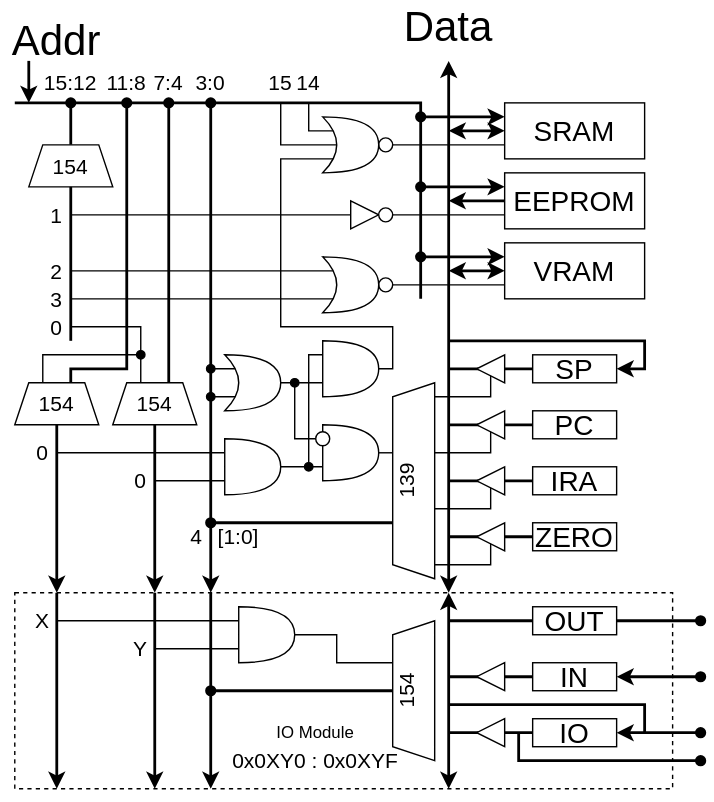
The draw.io diagram Lab/Computer/RK16/9_Hardware/img/RAM.dio.svg in amane-uehara/kanade-k-1228.github.io, before a commit. Source tidied: cells renumbered, new cells last; positions are measured from the earlier drawing's top-left corner, leaving out a move shared by most shapes.
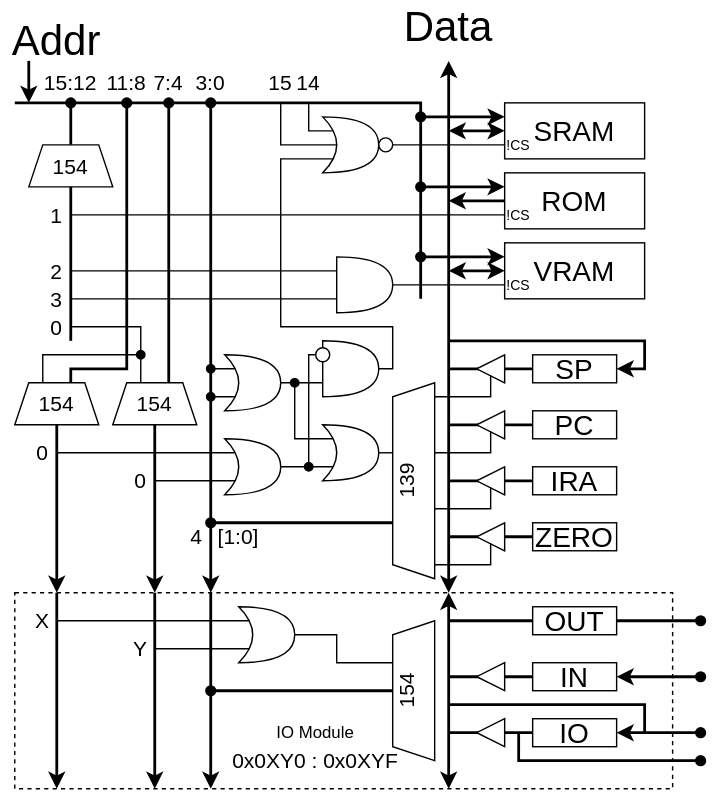
The same file after the commit.

What changed in the source:
```diff
@@ -62,7 +62,7 @@
     <mxCell id="10" style="endArrow=none;html=1;fontSize=20;rounded=0;endFill=0;" parent="1" edge="1">
       <mxGeometry relative="1" as="geometry">
         <mxPoint x="40" y="320" as="sourcePoint" />
-        <mxPoint x="160" y="320" as="targetPoint" />
+        <mxPoint x="170" y="320" as="targetPoint" />
       </mxGeometry>
     </mxCell>
     <mxCell id="11" style="endArrow=none;html=1;fontSize=20;endFill=0;rounded=0;" parent="1" edge="1">
@@ -89,9 +89,6 @@
         </Array>
       </mxGeometry>
     </mxCell>
-    <mxCell id="14" style="shape=or;whiteSpace=wrap;html=1;fontSize=40;direction=east;" parent="1" vertex="1">
-      <mxGeometry x="160" y="310" width="40" height="40" as="geometry" />
-    </mxCell>
     <mxCell id="15" style="endArrow=classic;html=1;fontSize=20;strokeWidth=2;rounded=0;" parent="1" edge="1">
       <mxGeometry relative="1" as="geometry">
         <mxPoint x="40" y="300" as="sourcePoint" />
@@ -125,7 +122,7 @@
     <mxCell id="22" style="endArrow=none;html=1;fontSize=20;endFill=0;rounded=0;" parent="1" edge="1">
       <mxGeometry relative="1" as="geometry">
         <mxPoint x="50" y="150" as="sourcePoint" />
-        <mxPoint x="250" y="150" as="targetPoint" />
+        <mxPoint x="360" y="150" as="targetPoint" />
       </mxGeometry>
     </mxCell>
     <mxCell id="23" style="endArrow=none;html=1;fontSize=20;endFill=0;rounded=0;" parent="1" edge="1">
@@ -161,7 +158,7 @@
     <mxCell id="29" style="endArrow=none;html=1;fontSize=20;rounded=0;endFill=0;" parent="1" edge="1">
       <mxGeometry relative="1" as="geometry">
         <mxPoint x="110" y="340" as="sourcePoint" />
-        <mxPoint x="160" y="340" as="targetPoint" />
+        <mxPoint x="170" y="340" as="targetPoint" />
       </mxGeometry>
     </mxCell>
     <mxCell id="30" style="endArrow=classic;html=1;fontSize=20;strokeWidth=2;rounded=0;endFill=1;startArrow=oval;startFill=1;" parent="1" edge="1">
@@ -176,7 +173,7 @@
     <mxCell id="32" style="endArrow=none;html=1;fontSize=20;rounded=0;endFill=0;" parent="1" edge="1">
       <mxGeometry relative="1" as="geometry">
         <mxPoint x="200" y="330" as="sourcePoint" />
-        <mxPoint x="230" y="330" as="targetPoint" />
+        <mxPoint x="240" y="330" as="targetPoint" />
       </mxGeometry>
     </mxCell>
     <mxCell id="33" value="SRAM" style="rounded=0;whiteSpace=wrap;html=1;fontSize=20;" parent="1" vertex="1">
@@ -194,16 +191,13 @@
     <mxCell id="36" value="0" style="text;html=1;strokeColor=none;fillColor=none;align=center;verticalAlign=middle;whiteSpace=wrap;rounded=0;fontSize=15;" parent="1" vertex="1">
       <mxGeometry x="90" y="330" width="20" height="20" as="geometry" />
     </mxCell>
-    <mxCell id="37" style="shape=or;whiteSpace=wrap;html=1;fontSize=40;direction=east;" parent="1" vertex="1">
-      <mxGeometry x="230" y="300" width="40" height="40" as="geometry" />
-    </mxCell>
     <mxCell id="38" style="shape=trapezoid;perimeter=trapezoidPerimeter;whiteSpace=wrap;html=1;fixedSize=1;direction=north;fontSize=15;size=10;" parent="1" vertex="1">
       <mxGeometry x="280" y="270" width="30" height="140" as="geometry" />
     </mxCell>
     <mxCell id="39" style="endArrow=none;html=1;fontSize=20;rounded=0;endFill=0;startArrow=oval;startFill=1;" parent="1" edge="1">
       <mxGeometry relative="1" as="geometry">
         <mxPoint x="210" y="270" as="sourcePoint" />
-        <mxPoint x="230" y="310" as="targetPoint" />
+        <mxPoint x="240" y="310" as="targetPoint" />
         <Array as="points">
           <mxPoint x="210" y="310" />
         </Array>
@@ -248,21 +242,9 @@
         <mxPoint x="360" y="90" as="targetPoint" />
       </mxGeometry>
     </mxCell>
-    <mxCell id="48" style="triangle;whiteSpace=wrap;html=1;" parent="1" vertex="1">
-      <mxGeometry x="250" y="140" width="20" height="20" as="geometry" />
-    </mxCell>
-    <mxCell id="49" style="ellipse;whiteSpace=wrap;html=1;" parent="1" vertex="1">
-      <mxGeometry x="270" y="145" width="10" height="10" as="geometry" />
-    </mxCell>
-    <mxCell id="50" value="EEPROM" style="rounded=0;whiteSpace=wrap;html=1;fontSize=20;" parent="1" vertex="1">
+    <mxCell id="50" value="ROM" style="rounded=0;whiteSpace=wrap;html=1;fontSize=20;" parent="1" vertex="1">
       <mxGeometry x="360" y="120" width="100" height="40" as="geometry" />
     </mxCell>
-    <mxCell id="51" style="endArrow=none;html=1;fontSize=20;endFill=0;rounded=0;" parent="1" edge="1">
-      <mxGeometry relative="1" as="geometry">
-        <mxPoint x="280" y="150" as="sourcePoint" />
-        <mxPoint x="360" y="150" as="targetPoint" />
-      </mxGeometry>
-    </mxCell>
     <mxCell id="52" style="endArrow=classic;html=1;fontSize=20;strokeWidth=2;rounded=0;startArrow=oval;startFill=1;" parent="1" edge="1">
       <mxGeometry relative="1" as="geometry">
         <mxPoint x="300" y="80" as="sourcePoint" />
@@ -284,9 +266,6 @@
         <mxPoint x="320" y="140" as="targetPoint" />
       </mxGeometry>
     </mxCell>
-    <mxCell id="56" style="ellipse;whiteSpace=wrap;html=1;" parent="1" vertex="1">
-      <mxGeometry x="270" y="195" width="10" height="10" as="geometry" />
-    </mxCell>
     <mxCell id="57" style="endArrow=none;html=1;fontSize=20;endFill=0;rounded=0;" parent="1" edge="1">
       <mxGeometry relative="1" as="geometry">
         <mxPoint x="280" y="200" as="sourcePoint" />
@@ -354,28 +333,22 @@
     <mxCell id="69" value="[1:0]" style="text;html=1;strokeColor=none;fillColor=none;align=center;verticalAlign=middle;whiteSpace=wrap;rounded=0;fontSize=15;rotation=0;" parent="1" vertex="1">
       <mxGeometry x="150" y="370" width="40" height="20" as="geometry" />
     </mxCell>
-    <mxCell id="70" style="ellipse;whiteSpace=wrap;html=1;" parent="1" vertex="1">
-      <mxGeometry x="225" y="305" width="10" height="10" as="geometry" />
-    </mxCell>
     <mxCell id="71" value="139" style="text;html=1;strokeColor=none;fillColor=none;align=center;verticalAlign=middle;whiteSpace=wrap;rounded=0;fontSize=15;rotation=270;" parent="1" vertex="1">
       <mxGeometry x="270" y="330" width="40" height="20" as="geometry" />
     </mxCell>
     <mxCell id="72" style="endArrow=none;html=1;fontSize=20;rounded=0;endFill=0;" parent="1" edge="1">
       <mxGeometry relative="1" as="geometry">
         <mxPoint x="40" y="440" as="sourcePoint" />
-        <mxPoint x="170" y="440" as="targetPoint" />
+        <mxPoint x="180" y="440" as="targetPoint" />
       </mxGeometry>
     </mxCell>
-    <mxCell id="73" style="shape=or;whiteSpace=wrap;html=1;fontSize=40;direction=east;" parent="1" vertex="1">
-      <mxGeometry x="170" y="430" width="40" height="40" as="geometry" />
-    </mxCell>
     <mxCell id="74" value="X" style="text;html=1;strokeColor=none;fillColor=none;align=center;verticalAlign=middle;whiteSpace=wrap;rounded=0;fontSize=15;" parent="1" vertex="1">
       <mxGeometry x="20" y="430" width="20" height="20" as="geometry" />
     </mxCell>
     <mxCell id="75" style="endArrow=none;html=1;fontSize=20;rounded=0;endFill=0;" parent="1" edge="1">
       <mxGeometry relative="1" as="geometry">
         <mxPoint x="110" y="460" as="sourcePoint" />
-        <mxPoint x="170" y="460" as="targetPoint" />
+        <mxPoint x="180" y="460" as="targetPoint" />
       </mxGeometry>
     </mxCell>
     <mxCell id="76" value="Y" style="text;html=1;strokeColor=none;fillColor=none;align=center;verticalAlign=middle;whiteSpace=wrap;rounded=0;fontSize=15;" parent="1" vertex="1">
@@ -532,9 +505,6 @@
         <mxPoint x="440" y="520" as="targetPoint" />
       </mxGeometry>
     </mxCell>
-    <mxCell id="107" style="shape=xor;whiteSpace=wrap;html=1;" parent="1" vertex="1">
-      <mxGeometry x="230" y="180" width="40" height="40" as="geometry" />
-    </mxCell>
     <mxCell id="108" style="endArrow=none;html=1;fontSize=20;strokeWidth=2;rounded=0;endFill=0;startArrow=oval;startFill=1;" parent="1" edge="1">
       <mxGeometry relative="1" as="geometry">
         <mxPoint x="90" y="70" as="sourcePoint" />
@@ -599,5 +569,29 @@
     <mxCell id="119" value="3" style="text;html=1;strokeColor=none;fillColor=none;align=center;verticalAlign=middle;whiteSpace=wrap;rounded=0;fontSize=15;" parent="1" vertex="1">
       <mxGeometry x="30" y="200" width="20" height="20" as="geometry" />
     </mxCell>
+    <mxCell id="120" style="shape=xor;whiteSpace=wrap;html=1;fontSize=20;direction=east;" parent="1" vertex="1">
+      <mxGeometry x="160" y="310" width="40" height="40" as="geometry" />
+    </mxCell>
+    <mxCell id="121" style="shape=xor;whiteSpace=wrap;html=1;fontSize=20;direction=east;" parent="1" vertex="1">
+      <mxGeometry x="170" y="430" width="40" height="40" as="geometry" />
+    </mxCell>
+    <mxCell id="122" style="shape=xor;whiteSpace=wrap;html=1;fontSize=20;direction=east;" parent="1" vertex="1">
+      <mxGeometry x="230" y="300" width="40" height="40" as="geometry" />
+    </mxCell>
+    <mxCell id="123" style="shape=or;whiteSpace=wrap;html=1;fontSize=40;direction=east;" parent="1" vertex="1">
+      <mxGeometry x="240" y="180" width="40" height="40" as="geometry" />
+    </mxCell>
+    <mxCell id="124" value="!CS" style="text;html=1;strokeColor=none;fillColor=none;align=center;verticalAlign=middle;whiteSpace=wrap;rounded=0;fontSize=10;" parent="1" vertex="1">
+      <mxGeometry x="360" y="90" width="20" height="20" as="geometry" />
+    </mxCell>
+    <mxCell id="125" value="!CS" style="text;html=1;strokeColor=none;fillColor=none;align=center;verticalAlign=middle;whiteSpace=wrap;rounded=0;fontSize=10;" parent="1" vertex="1">
+      <mxGeometry x="360" y="140" width="20" height="20" as="geometry" />
+    </mxCell>
+    <mxCell id="126" value="!CS" style="text;html=1;strokeColor=none;fillColor=none;align=center;verticalAlign=middle;whiteSpace=wrap;rounded=0;fontSize=10;" parent="1" vertex="1">
+      <mxGeometry x="360" y="190" width="20" height="20" as="geometry" />
+    </mxCell>
+    <mxCell id="70" style="ellipse;whiteSpace=wrap;html=1;" parent="1" vertex="1">
+      <mxGeometry x="225" y="245" width="10" height="10" as="geometry" />
+    </mxCell>
   </root>
 </mxGraphModel>
```
